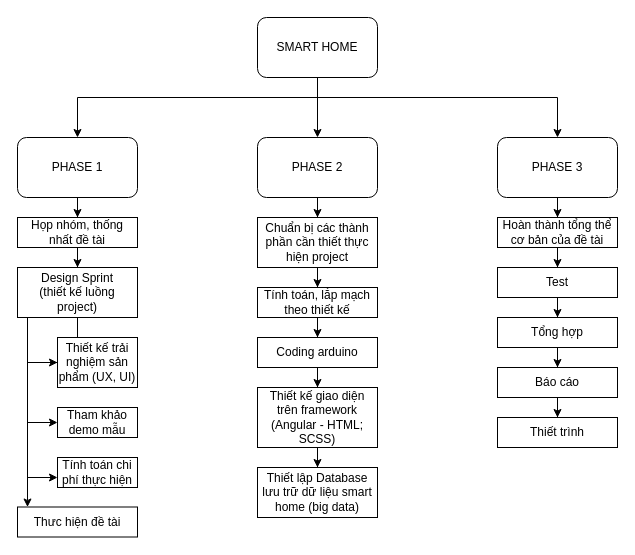
Before: Untitled Diagram.drawio in nhphongphu/XO, a draw.io diagram. Source tidied: cells renumbered, new cells numbered last; positions are measured from the earlier drawing's top-left corner, leaving out a move shared by most shapes. Both pictures are drawn from the tidied source at 100%, with x=0, y=0 at pixel (17, 17).
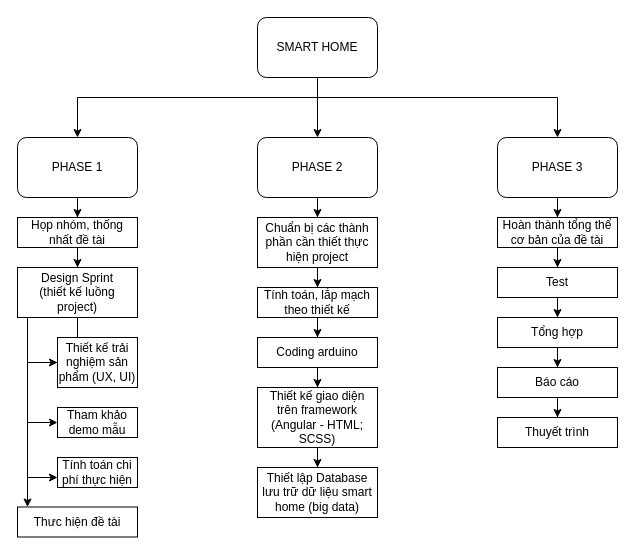
The same page after the edit.

The edit, as a diff of the source:
```diff
@@
-    <mxCell id="40" value="Thiết trình" style="rounded=0;whiteSpace=wrap;html=1;" parent="1" vertex="1">
+    <mxCell id="40" value="Thuyết trình" style="rounded=0;whiteSpace=wrap;html=1;" parent="1" vertex="1">
       <mxGeometry x="480" y="400" width="120" height="30" as="geometry" />
     </mxCell>
```
